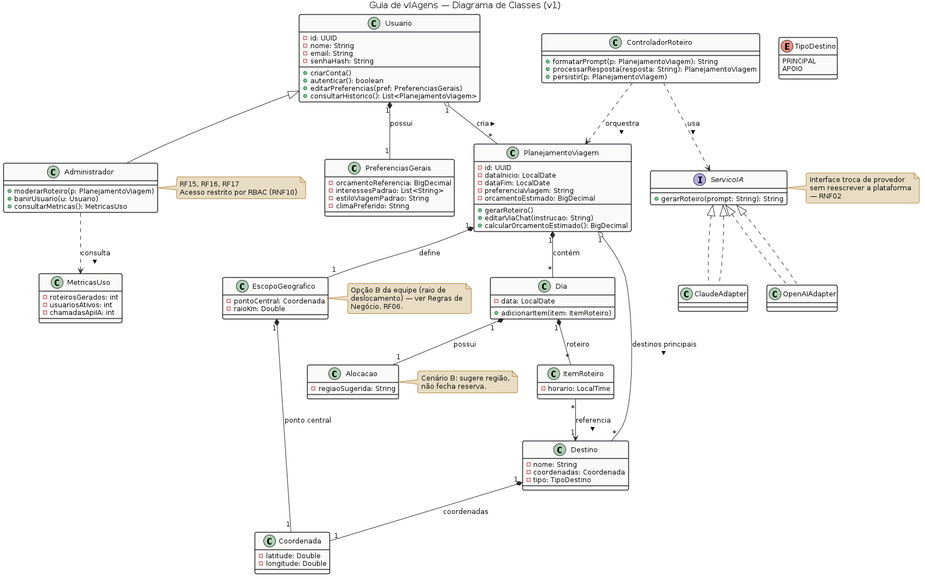
The PlantUML diagram docs/diagrama-classes-guia-viagens.png in gianluca-sampogna/vIAgens, before a commit. Its source is kept beside it as docs/diagrama-classes-guia-viagens.puml. The source it was exported from:
```plantuml
@startuml diagrama-classes-guia-viagens

title Guia de vIAgens — Diagrama de Classes (v1)

skinparam backgroundColor white
skinparam shadowing false
skinparam classFontSize 13
skinparam classAttributeFontSize 12
skinparam classFontName Helvetica
skinparam defaultFontName Helvetica
skinparam roundcorner 6
skinparam classBorderColor #26282B
skinparam classBackgroundColor #FAFAF8
skinparam packageBorderColor #26282B
skinparam arrowColor #26282B
skinparam noteBackgroundColor #E8DCC4
skinparam noteBorderColor #B8873B
skinparam titleFontSize 16

class Usuario {
  -id: UUID
  -nome: String
  -email: String
  -senhaHash: String
  +criarConta()
  +autenticar(): boolean
  +editarPreferencias(pref: PreferenciasGerais)
  +consultarHistorico(): List<PlanejamentoViagem>
}

class Administrador extends Usuario {
  +moderarRoteiro(p: PlanejamentoViagem)
  +banirUsuario(u: Usuario)
  +consultarMetricas(): MetricasUso
}
note right of Administrador
  RF15, RF16, RF17
  Acesso restrito por RBAC (RNF10)
end note

class PreferenciasGerais {
  -orcamentoReferencia: BigDecimal
  -interessesPadrao: List<String>
  -estiloViagemPadrao: String
  -climaPreferido: String
}

class PlanejamentoViagem {
  -id: UUID
  -dataInicio: LocalDate
  -dataFim: LocalDate
  -preferenciaViagem: String
  -orcamentoEstimado: BigDecimal
  +gerarRoteiro()
  +editarViaChat(instrucao: String)
  +calcularOrcamentoEstimado(): BigDecimal
}

class EscopoGeografico {
  -pontoCentral: Coordenada
  -raioKm: Double
}
note right of EscopoGeografico
  Opção B da equipe (raio de
  deslocamento) — ver Regras de
  Negócio. RF06.
end note

class Coordenada {
  -latitude: Double
  -longitude: Double
}

class Dia {
  -data: LocalDate
  +adicionarItem(item: ItemRoteiro)
}

class Alocacao {
  -regiaoSugerida: String
}
note right of Alocacao
  Cenário B: sugere região,
  não fecha reserva.
end note

class ItemRoteiro {
  -horario: LocalTime
}

enum TipoDestino {
  PRINCIPAL
  APOIO
}

class Destino {
  -nome: String
  -coordenadas: Coordenada
  -tipo: TipoDestino
}

class ControladorRoteiro {
  +formatarPrompt(p: PlanejamentoViagem): String
  +processarResposta(resposta: String): PlanejamentoViagem
  +persistir(p: PlanejamentoViagem)
}

interface ServicoIA {
  +gerarRoteiro(prompt: String): String
}
note right of ServicoIA
  Interface troca de provedor
  sem reescrever a plataforma
  — RNF02
end note

class ClaudeAdapter implements ServicoIA
class OpenAIAdapter implements ServicoIA

class MetricasUso {
  -roteirosGerados: int
  -usuariosAtivos: int
  -chamadasApiIA: int
}

Usuario "1" *-- "1" PreferenciasGerais : possui
Usuario "1" o-- "*" PlanejamentoViagem : cria >

PlanejamentoViagem "1" *-- "1" EscopoGeografico : define
PlanejamentoViagem "1" *-- "*" Dia : contém
PlanejamentoViagem "1" o-- "*" Destino : destinos principais >

EscopoGeografico "1" *-- "1" Coordenada : ponto central
Destino "1" *-- "1" Coordenada : coordenadas

Dia "1" *-- "1" Alocacao : possui
Dia "1" *-- "*" ItemRoteiro : roteiro
ItemRoteiro "*" --> "1" Destino : referencia >

ControladorRoteiro ..> PlanejamentoViagem : orquestra >
ControladorRoteiro ..> ServicoIA : usa >
ServicoIA <|.. ClaudeAdapter
ServicoIA <|.. OpenAIAdapter

Administrador ..> MetricasUso : consulta >

@enduml
```
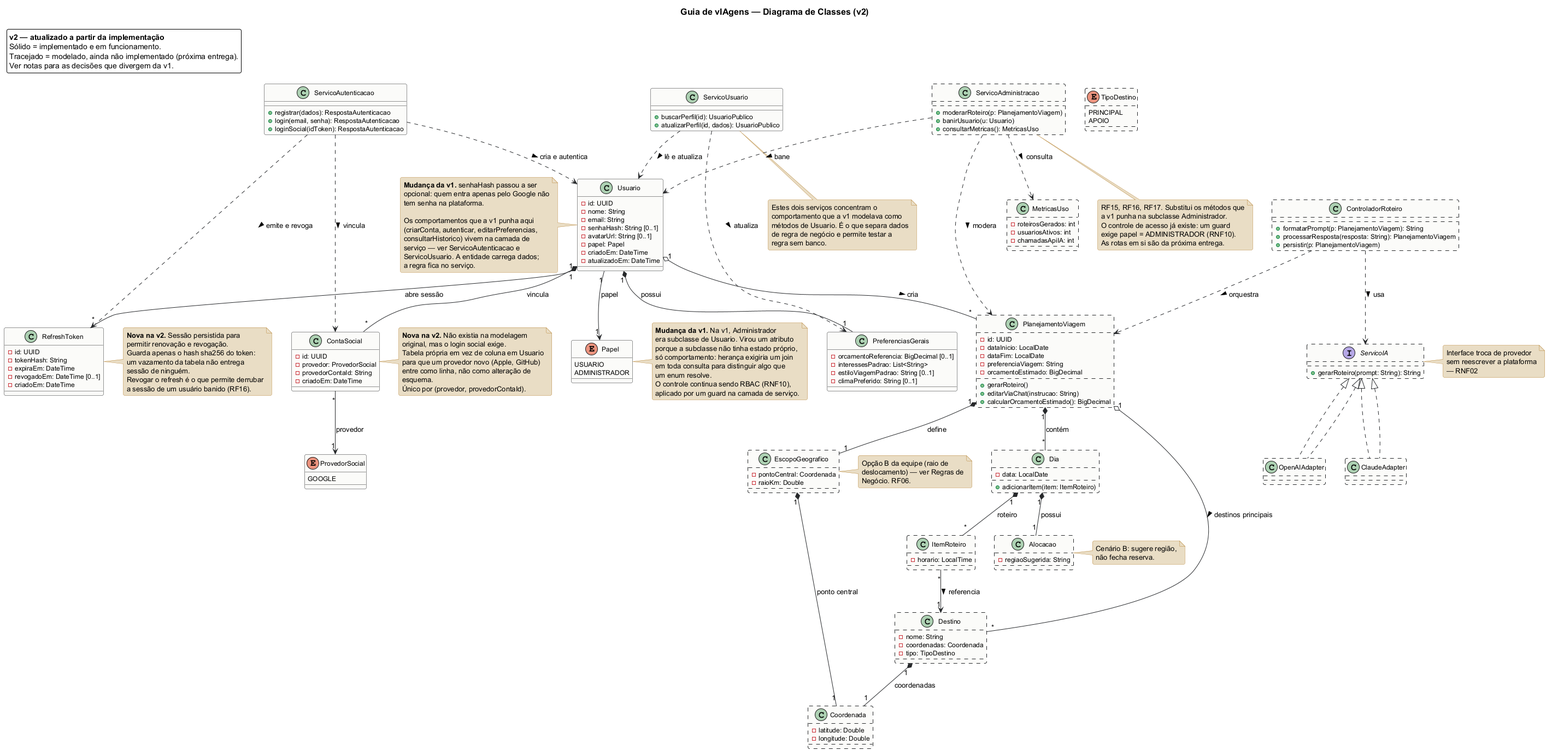
The same file after the commit.

Commit message:
docs: atualiza diagrama de classes para a v2, alinhado a implementacao

What changed in the source:
```diff
@@ -1,6 +1,6 @@
 @startuml diagrama-classes-guia-viagens
 
-title Guia de vIAgens — Diagrama de Classes (v1)
+title Guia de vIAgens — Diagrama de Classes (v2)
 
 skinparam backgroundColor white
 skinparam shadowing false
@@ -17,35 +17,114 @@
 skinparam noteBorderColor #B8873B
 skinparam titleFontSize 16
 
+legend top left
+  <b>v2 — atualizado a partir da implementação</b>
+  Sólido = implementado e em funcionamento.
+  Tracejado = modelado, ainda não implementado (próxima entrega).
+  Ver notas para as decisões que divergem da v1.
+endlegend
+
+enum Papel {
+  USUARIO
+  ADMINISTRADOR
+}
+note right of Papel
+  <b>Mudança da v1.</b> Na v1, Administrador
+  era subclasse de Usuario. Virou um atributo
+  porque a subclasse não tinha estado próprio,
+  só comportamento: herança exigiria um join
+  em toda consulta para distinguir algo que
+  um enum resolve.
+  O controle continua sendo RBAC (RNF10),
+  aplicado por um guard na camada de serviço.
+end note
+
 class Usuario {
   -id: UUID
   -nome: String
   -email: String
-  -senhaHash: String
-  +criarConta()
-  +autenticar(): boolean
-  +editarPreferencias(pref: PreferenciasGerais)
-  +consultarHistorico(): List<PlanejamentoViagem>
+  -senhaHash: String [0..1]
+  -avatarUrl: String [0..1]
+  -papel: Papel
+  -criadoEm: DateTime
+  -atualizadoEm: DateTime
 }
+note left of Usuario
+  <b>Mudança da v1.</b> senhaHash passou a ser
+  opcional: quem entra apenas pelo Google não
+  tem senha na plataforma.
 
-class Administrador extends Usuario {
-  +moderarRoteiro(p: PlanejamentoViagem)
-  +banirUsuario(u: Usuario)
-  +consultarMetricas(): MetricasUso
-}
-note right of Administrador
-  RF15, RF16, RF17
-  Acesso restrito por RBAC (RNF10)
+  Os comportamentos que a v1 punha aqui
+  (criarConta, autenticar, editarPreferencias,
+  consultarHistorico) vivem na camada de
+  serviço — ver ServicoAutenticacao e
+  ServicoUsuario. A entidade carrega dados;
+  a regra fica no serviço.
 end note
 
 class PreferenciasGerais {
-  -orcamentoReferencia: BigDecimal
+  -orcamentoReferencia: BigDecimal [0..1]
   -interessesPadrao: List<String>
-  -estiloViagemPadrao: String
-  -climaPreferido: String
+  -estiloViagemPadrao: String [0..1]
+  -climaPreferido: String [0..1]
 }
 
-class PlanejamentoViagem {
+enum ProvedorSocial {
+  GOOGLE
+}
+
+class ContaSocial {
+  -id: UUID
+  -provedor: ProvedorSocial
+  -provedorContaId: String
+  -criadoEm: DateTime
+}
+note right of ContaSocial
+  <b>Nova na v2.</b> Não existia na modelagem
+  original, mas o login social exige.
+  Tabela própria em vez de coluna em Usuario
+  para que um provedor novo (Apple, GitHub)
+  entre como linha, não como alteração de
+  esquema.
+  Único por (provedor, provedorContaId).
+end note
+
+class RefreshToken {
+  -id: UUID
+  -tokenHash: String
+  -expiraEm: DateTime
+  -revogadoEm: DateTime [0..1]
+  -criadoEm: DateTime
+}
+note right of RefreshToken
+  <b>Nova na v2.</b> Sessão persistida para
+  permitir renovação e revogação.
+  Guarda apenas o hash sha256 do token:
+  um vazamento da tabela não entrega
+  sessão de ninguém.
+  Revogar o refresh é o que permite derrubar
+  a sessão de um usuário banido (RF16).
+end note
+
+class ServicoAutenticacao {
+  +registrar(dados): RespostaAutenticacao
+  +login(email, senha): RespostaAutenticacao
+  +loginSocial(idToken): RespostaAutenticacao
+}
+
+class ServicoUsuario {
+  +buscarPerfil(id): UsuarioPublico
+  +atualizarPerfil(id, dados): UsuarioPublico
+}
+note bottom of ServicoUsuario
+  Estes dois serviços concentram o
+  comportamento que a v1 modelava como
+  métodos de Usuario. É o que separa dados
+  de regra de negócio e permite testar a
+  regra sem banco.
+end note
+
+class PlanejamentoViagem #line.dashed {
   -id: UUID
   -dataInicio: LocalDate
   -dataFim: LocalDate
@@ -56,7 +135,7 @@
   +calcularOrcamentoEstimado(): BigDecimal
 }
 
-class EscopoGeografico {
+class EscopoGeografico #line.dashed {
   -pontoCentral: Coordenada
   -raioKm: Double
 }
@@ -66,17 +145,17 @@
   Negócio. RF06.
 end note
 
-class Coordenada {
+class Coordenada #line.dashed {
   -latitude: Double
   -longitude: Double
 }
 
-class Dia {
+class Dia #line.dashed {
   -data: LocalDate
   +adicionarItem(item: ItemRoteiro)
 }
 
-class Alocacao {
+class Alocacao #line.dashed {
   -regiaoSugerida: String
 }
 note right of Alocacao
@@ -84,28 +163,28 @@
   não fecha reserva.
 end note
 
-class ItemRoteiro {
+class ItemRoteiro #line.dashed {
   -horario: LocalTime
 }
 
-enum TipoDestino {
+enum TipoDestino #line.dashed {
   PRINCIPAL
   APOIO
 }
 
-class Destino {
+class Destino #line.dashed {
   -nome: String
   -coordenadas: Coordenada
   -tipo: TipoDestino
 }
 
-class ControladorRoteiro {
+class ControladorRoteiro #line.dashed {
   +formatarPrompt(p: PlanejamentoViagem): String
   +processarResposta(resposta: String): PlanejamentoViagem
   +persistir(p: PlanejamentoViagem)
 }
 
-interface ServicoIA {
+interface ServicoIA #line.dashed {
   +gerarRoteiro(prompt: String): String
 }
 note right of ServicoIA
@@ -114,16 +193,40 @@
   — RNF02
 end note
 
-class ClaudeAdapter implements ServicoIA
-class OpenAIAdapter implements ServicoIA
+class ClaudeAdapter #line.dashed implements ServicoIA
+class OpenAIAdapter #line.dashed implements ServicoIA
 
-class MetricasUso {
+class MetricasUso #line.dashed {
   -roteirosGerados: int
   -usuariosAtivos: int
   -chamadasApiIA: int
 }
 
+class ServicoAdministracao #line.dashed {
+  +moderarRoteiro(p: PlanejamentoViagem)
+  +banirUsuario(u: Usuario)
+  +consultarMetricas(): MetricasUso
+}
+note bottom of ServicoAdministracao
+  RF15, RF16, RF17. Substitui os métodos que
+  a v1 punha na subclasse Administrador.
+  O controle de acesso já existe: um guard
+  exige papel = ADMINISTRADOR (RNF10).
+  As rotas em si são da próxima entrega.
+end note
+
 Usuario "1" *-- "1" PreferenciasGerais : possui
+Usuario "1" *-- "*" ContaSocial : vincula
+Usuario "1" *-- "*" RefreshToken : abre sessão
+Usuario "1" --> "1" Papel : papel
+ContaSocial "*" --> "1" ProvedorSocial : provedor
+
+ServicoAutenticacao ..> Usuario : cria e autentica >
+ServicoAutenticacao ..> ContaSocial : vincula >
+ServicoAutenticacao ..> RefreshToken : emite e revoga >
+ServicoUsuario ..> Usuario : lê e atualiza >
+ServicoUsuario ..> PreferenciasGerais : atualiza >
+
 Usuario "1" o-- "*" PlanejamentoViagem : cria >
 
 PlanejamentoViagem "1" *-- "1" EscopoGeografico : define
@@ -142,6 +245,8 @@
 ServicoIA <|.. ClaudeAdapter
 ServicoIA <|.. OpenAIAdapter
 
-Administrador ..> MetricasUso : consulta >
+ServicoAdministracao ..> MetricasUso : consulta >
+ServicoAdministracao ..> Usuario : bane >
+ServicoAdministracao ..> PlanejamentoViagem : modera >
 
 @enduml
```
